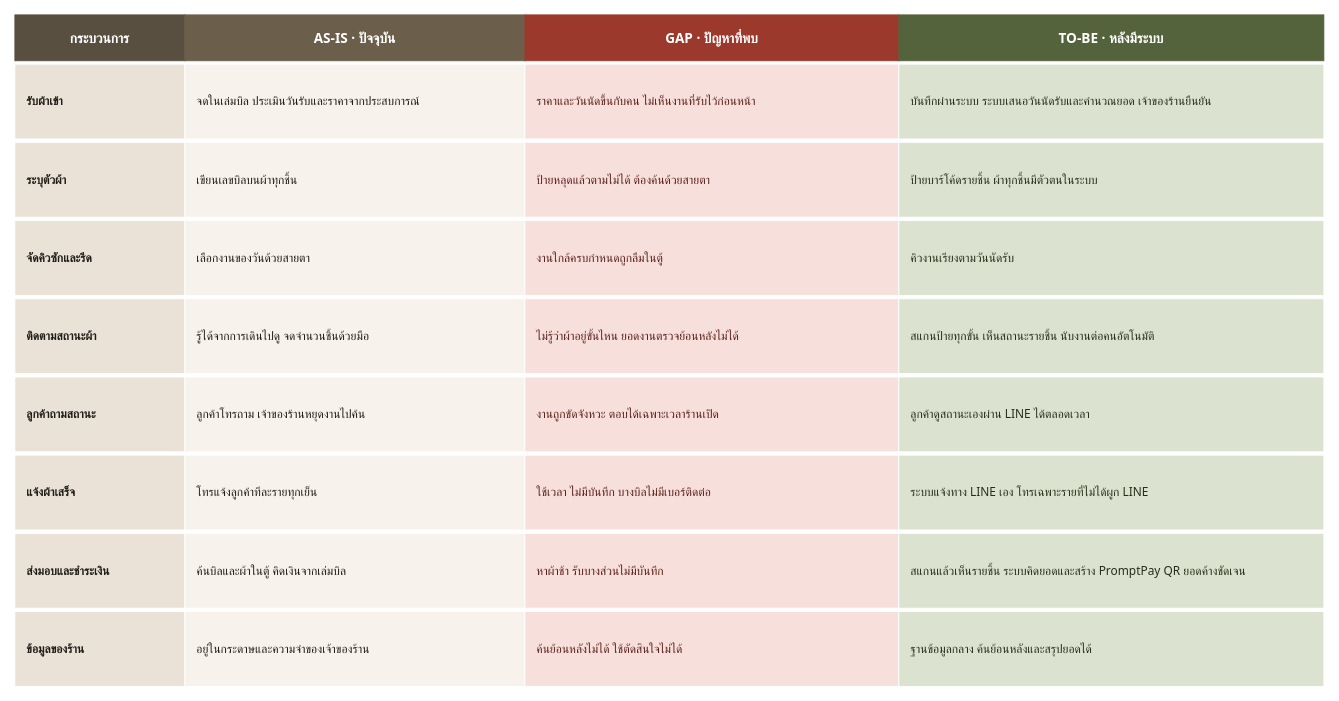
peeranat45/sriborisud-laundry keeps this draw.io diagram as page "3 Gap Analysis" (5 of 10) of docs/proposal/proposal-diagrams.drawio. Above is the earlier version. Source tidied: cells renumbered, new cells numbered last; positions are measured from the earlier drawing's top-left corner, leaving out a move shared by most shapes. Both pictures are drawn from the tidied source at 85%, with x=0, y=0 at pixel (14, 14).
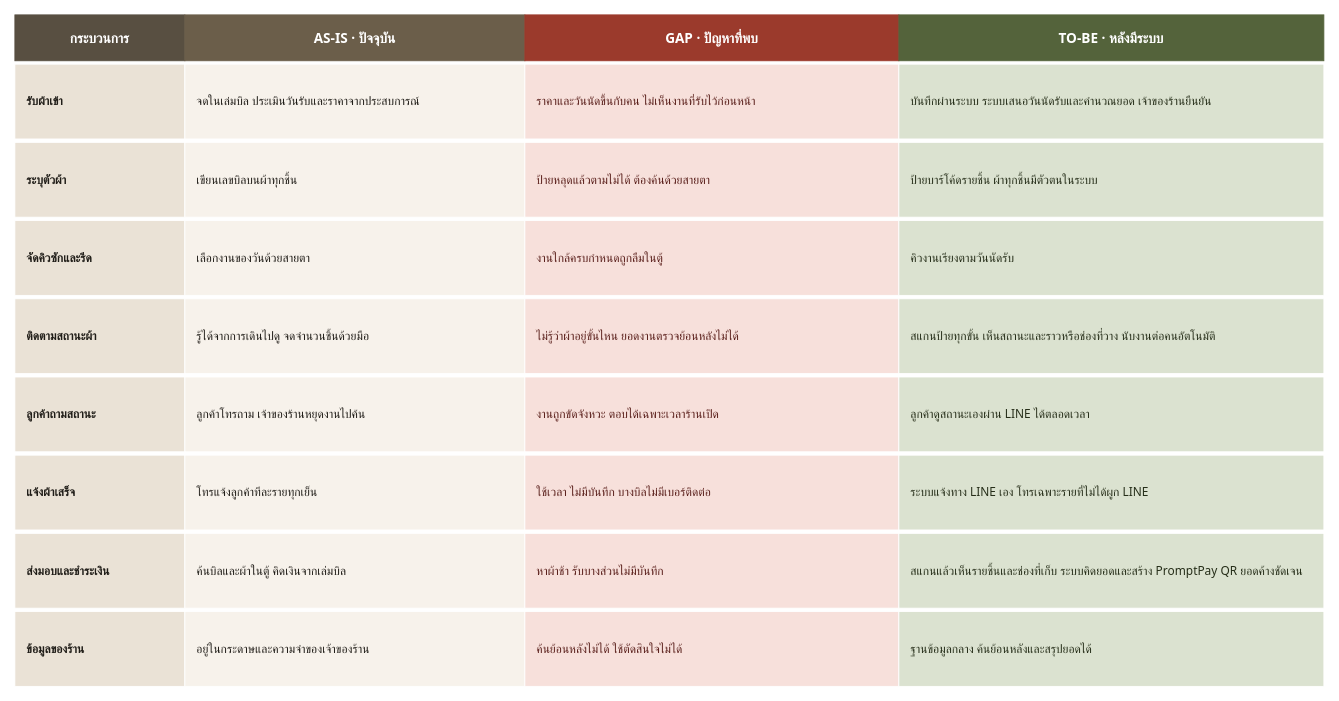
The same page after the edit.

What changed in the source:
```diff
@@
-    <mxCell id="21" value="สแกนป้ายทุกขั้น เห็นสถานะรายชิ้น นับงานต่อคนอัตโนมัติ" style="fontFamily=Tahoma;html=1;whiteSpace=wrap;rounded=0;fontSize=14;fontColor=#201D18;align=left;verticalAlign=middle;spacingLeft=12;spacingRight=10;fillColor=#DBE2D0;strokeColor=#FFFFFF;fontColor=#262E19;" parent="1" vertex="1">
+    <mxCell id="21" value="สแกนป้ายทุกขั้น เห็นสถานะและราวหรือช่องที่วาง นับงานต่อคนอัตโนมัติ" style="fontFamily=Tahoma;html=1;whiteSpace=wrap;rounded=0;fontSize=14;fontColor=#201D18;align=left;verticalAlign=middle;spacingLeft=12;spacingRight=10;fillColor=#DBE2D0;strokeColor=#FFFFFF;fontColor=#262E19;" parent="1" vertex="1">
       <mxGeometry x="1040" y="334" width="500" height="88" as="geometry" />
     </mxCell>
@@
-    <mxCell id="33" value="สแกนแล้วเห็นรายชิ้น ระบบคิดยอดและสร้าง PromptPay QR ยอดค้างชัดเจน" style="fontFamily=Tahoma;html=1;whiteSpace=wrap;rounded=0;fontSize=14;fontColor=#201D18;align=left;verticalAlign=middle;spacingLeft=12;spacingRight=10;fillColor=#DBE2D0;strokeColor=#FFFFFF;fontColor=#262E19;" parent="1" vertex="1">
+    <mxCell id="33" value="สแกนแล้วเห็นรายชิ้นและช่องที่เก็บ ระบบคิดยอดและสร้าง PromptPay QR ยอดค้างชัดเจน" style="fontFamily=Tahoma;html=1;whiteSpace=wrap;rounded=0;fontSize=14;fontColor=#201D18;align=left;verticalAlign=middle;spacingLeft=12;spacingRight=10;fillColor=#DBE2D0;strokeColor=#FFFFFF;fontColor=#262E19;" parent="1" vertex="1">
       <mxGeometry x="1040" y="610" width="500" height="88" as="geometry" />
     </mxCell>
```
